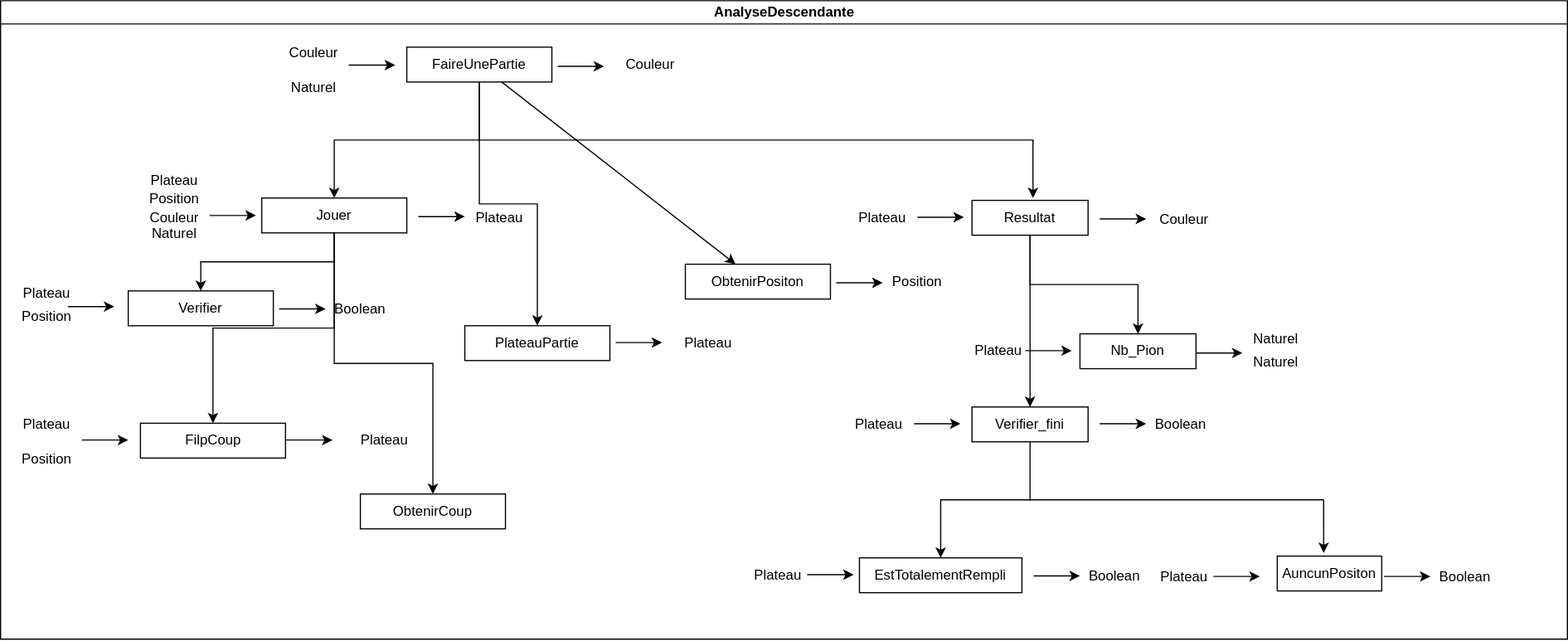
Earlier version of the draw.io export rapport/analyse/FaireUnePartie.drawio.svg (Sachawski/othelloiti3). Source tidied: cells renumbered, new cells last; positions are measured from the earlier drawing's top-left corner, leaving out a move shared by most shapes.
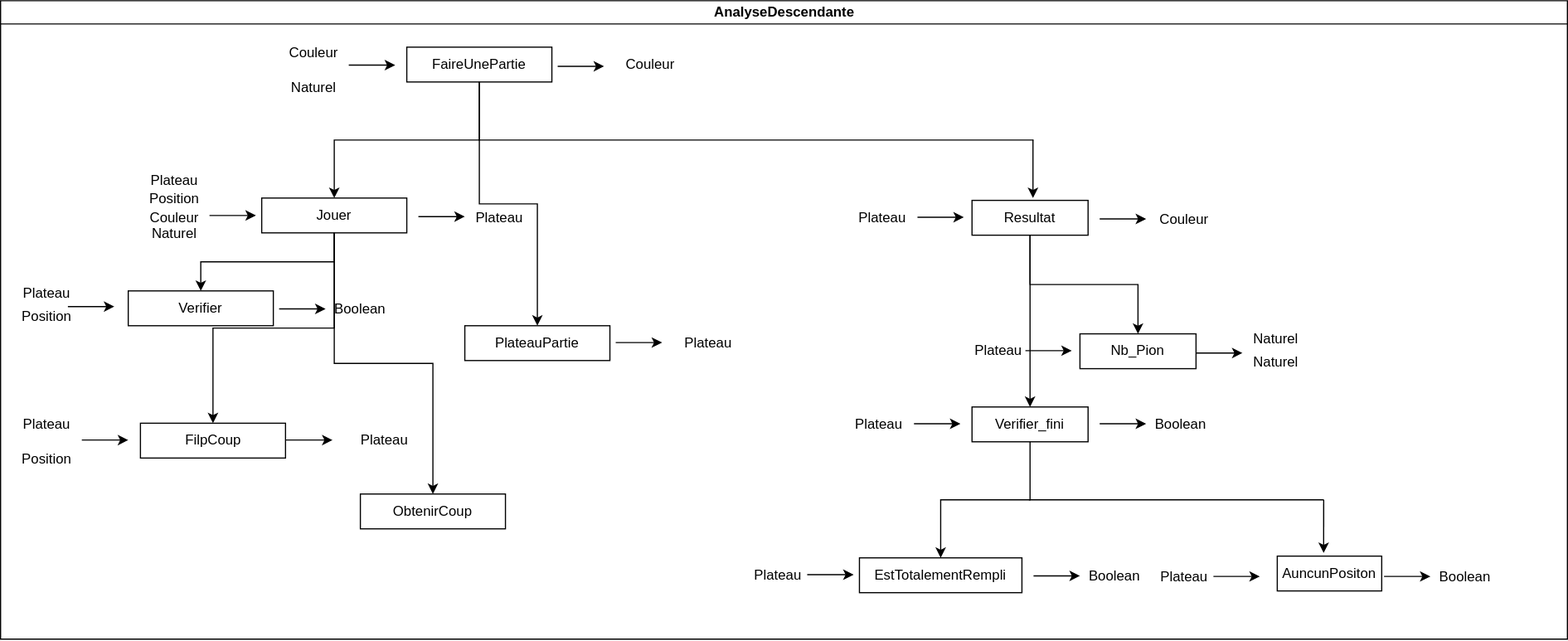
After the change.

Diff of the diagram source:
```diff
@@ -278,20 +278,5 @@
     <mxCell id="70" value="AuncunPositon" style="rounded=0;whiteSpace=wrap;html=1;" parent="2" vertex="1">
       <mxGeometry x="1100" y="478.5" width="90" height="30" as="geometry" />
     </mxCell>
-    <mxCell id="71" style="edgeStyle=none;html=1;" parent="2" edge="1" source="3" target="72">
-      <mxGeometry relative="1" as="geometry" />
-    </mxCell>
-    <mxCell id="72" value="ObtenirPositon" style="rounded=0;whiteSpace=wrap;html=1;" parent="2" vertex="1">
-      <mxGeometry x="590" y="227" width="125" height="30" as="geometry" />
-    </mxCell>
-    <mxCell id="73" style="endArrow=classic;html=1;rounded=0;" parent="2" edge="1">
-      <mxGeometry relative="1" as="geometry">
-        <mxPoint x="720" y="243" as="sourcePoint" />
-        <mxPoint x="760" y="243" as="targetPoint" />
-      </mxGeometry>
-    </mxCell>
-    <mxCell id="74" value="Position" style="text;html=1;strokeColor=none;fillColor=none;align=center;verticalAlign=middle;whiteSpace=wrap;rounded=0;" parent="2" vertex="1">
-      <mxGeometry x="760" y="227" width="60" height="30" as="geometry" />
-    </mxCell>
   </root>
 </mxGraphModel>
```
